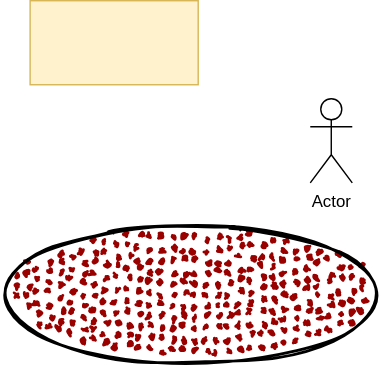
Before: Untitled Diagram.drawio.svg, a diagram exported from draw.io (tony2015116/flowchart). Source tidied: cells renumbered, new cells last; positions are measured from the earlier drawing's top-left corner, leaving out a move shared by most shapes. Its diagram source:
```xml
<mxGraphModel>
  <root>
    <mxCell id="0" />
    <mxCell id="1" parent="0" />
    <mxCell id="2" style="rounded=0;whiteSpace=wrap;html=1;fillColor=#fff2cc;strokeColor=#d6b656;" parent="1" vertex="1">
      <mxGeometry x="20" width="120" height="60" as="geometry" />
    </mxCell>
    <mxCell id="3" style="ellipse;whiteSpace=wrap;html=1;strokeWidth=2;fillWeight=2;hachureGap=8;fillColor=#990000;fillStyle=dots;sketch=1;" parent="1" vertex="1">
      <mxGeometry y="160" width="270" height="100" as="geometry" />
    </mxCell>
    <mxCell id="4" value="Actor" style="shape=umlActor;verticalLabelPosition=bottom;verticalAlign=top;html=1;" parent="1" vertex="1">
      <mxGeometry x="220" y="70" width="30" height="60" as="geometry" />
    </mxCell>
  </root>
</mxGraphModel>
```
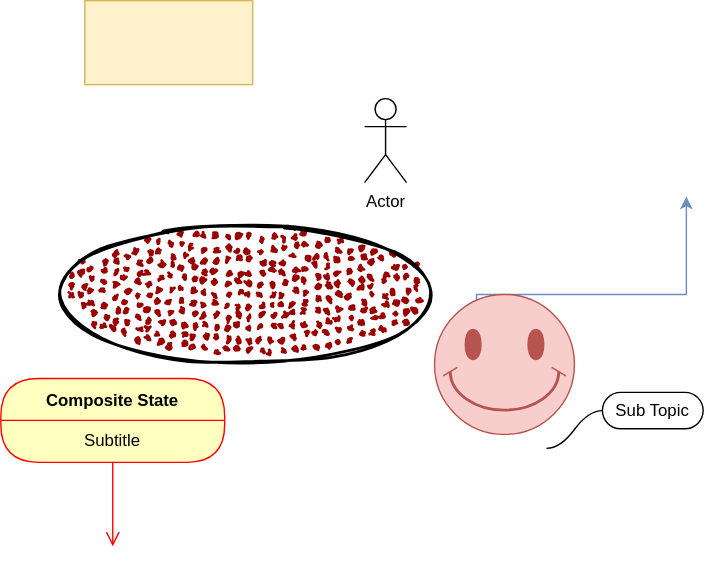
The same diagram one commit later.

Change to the diagram source:
```diff
@@ -11,5 +11,33 @@
     <mxCell id="4" value="Actor" style="shape=umlActor;verticalLabelPosition=bottom;verticalAlign=top;html=1;" parent="1" vertex="1">
       <mxGeometry x="220" y="70" width="30" height="60" as="geometry" />
     </mxCell>
+    <mxCell id="5" style="edgeStyle=elbowEdgeStyle;elbow=vertical;endArrow=classic;html=1;rounded=0;fillColor=#dae8fc;strokeColor=#6c8ebf;" parent="1" edge="1">
+      <mxGeometry relative="1" as="geometry">
+        <mxPoint x="300" y="280" as="sourcePoint" />
+        <mxPoint x="450" y="140" as="targetPoint" />
+      </mxGeometry>
+    </mxCell>
+    <mxCell id="6" value="Sub Topic" style="whiteSpace=wrap;html=1;rounded=1;arcSize=50;align=center;verticalAlign=middle;strokeWidth=1;spacing=4;newEdgeStyle={&quot;edgeStyle&quot;:&quot;entityRelationEdgeStyle&quot;,&quot;startArrow&quot;:&quot;none&quot;,&quot;endArrow&quot;:&quot;none&quot;,&quot;segment&quot;:10,&quot;curved&quot;:1};" parent="1" vertex="1">
+      <mxGeometry x="390" y="280" width="72" height="26" as="geometry" />
+    </mxCell>
+    <mxCell id="7" style="edgeStyle=entityRelationEdgeStyle;startArrow=none;endArrow=none;segment=10;curved=1;rounded=0;" parent="1" edge="1" target="6">
+      <mxGeometry relative="1" as="geometry">
+        <mxPoint x="350" y="320" as="sourcePoint" />
+      </mxGeometry>
+    </mxCell>
+    <mxCell id="8" style="verticalLabelPosition=bottom;verticalAlign=top;html=1;shape=mxgraph.basic.smiley;fillColor=#f8cecc;strokeColor=#b85450;" parent="1" vertex="1">
+      <mxGeometry x="270" y="210" width="100" height="100" as="geometry" />
+    </mxCell>
+    <mxCell id="9" value="Composite State" style="swimlane;fontStyle=1;align=center;verticalAlign=middle;horizontal=1;startSize=30;fontColor=#000000;rounded=1;arcSize=30;strokeColor=#ff0000;fillColor=#ffffc0;swimlaneFillColor=#ffffc0;" parent="1" vertex="1">
+      <mxGeometry x="-40" y="270" width="160" height="60" as="geometry" />
+    </mxCell>
+    <mxCell id="10" value="Subtitle" style="text;html=1;strokeColor=none;fillColor=none;align=center;verticalAlign=middle;spacingLeft=4;spacingRight=4;whiteSpace=wrap;overflow=hidden;fontColor=#000000;" parent="9" vertex="1">
+      <mxGeometry y="30" width="160" height="30" as="geometry" />
+    </mxCell>
+    <mxCell id="11" style="edgeStyle=orthogonalEdgeStyle;html=1;verticalAlign=bottom;endArrow=open;endSize=8;strokeColor=#ff0000;rounded=0;" parent="1" edge="1" source="9">
+      <mxGeometry relative="1" as="geometry">
+        <mxPoint x="40" y="390" as="targetPoint" />
+      </mxGeometry>
+    </mxCell>
   </root>
 </mxGraphModel>
```
